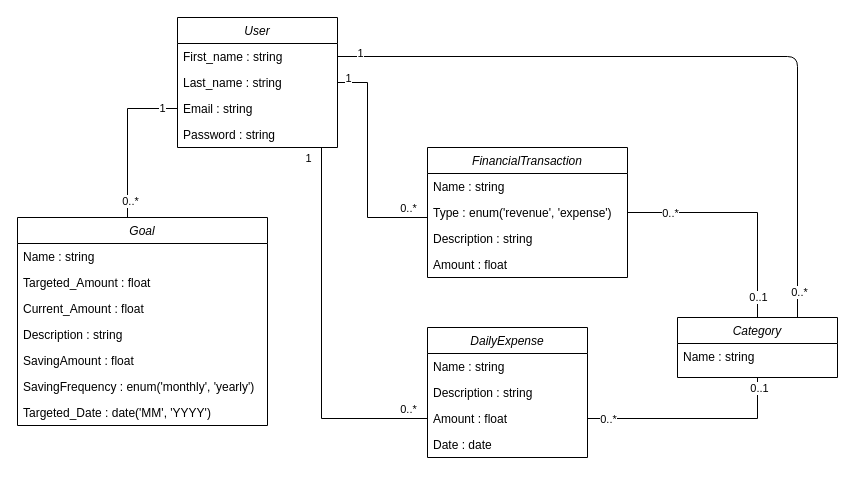
Before: conception/classDiagram.drawio in Ayope/ClearMoney.com, a draw.io diagram. Source tidied: cells renumbered, new cells numbered last; positions are measured from the earlier drawing's top-left corner, leaving out a move shared by most shapes. Both pictures are drawn from the tidied source at 100%, with x=0, y=0 at pixel (17, 17).
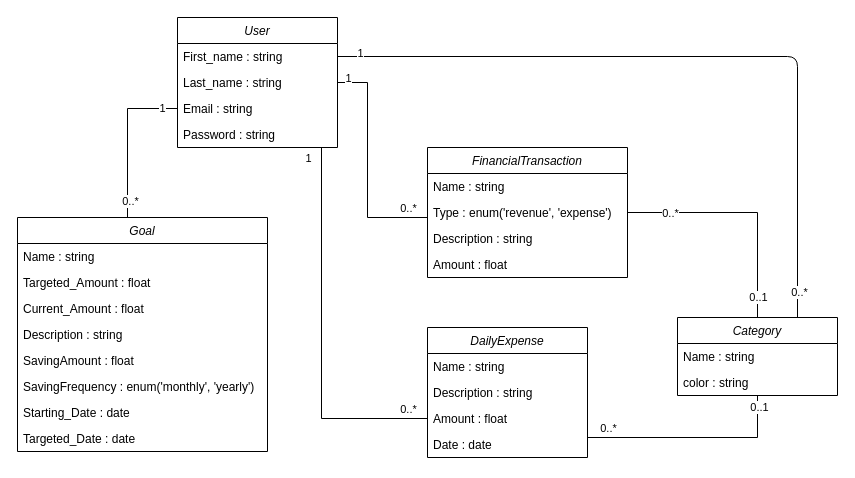
After the change.

The change refers to these unchanged cells:
```xml
<mxCell id="19" value="Date : date" style="text;align=left;verticalAlign=top;spacingLeft=4;spacingRight=4;overflow=hidden;points=[[0,0.5],[1,0.5]];portConstraint=eastwest;" parent="15" vertex="1">
  <mxGeometry y="104" width="160" height="26" as="geometry" />
</mxCell>
```

The edit, as a diff of the source:
```diff
@@
     <mxCell id="23" value="Category" style="swimlane;fontStyle=2;align=center;verticalAlign=top;horizontal=1;startSize=26;rounded=0;shadow=0;strokeWidth=1;" parent="1" vertex="1">
-      <mxGeometry x="660" y="300" width="160" height="60" as="geometry" />
+      <mxGeometry x="660" y="300" width="160" height="78" as="geometry" />
     </mxCell>
@@
+    <mxCell id="45" value="color : string" style="text;align=left;verticalAlign=top;spacingLeft=4;spacingRight=4;overflow=hidden;" parent="23" vertex="1">
+      <mxGeometry y="52" width="160" height="26" as="geometry" />
+    </mxCell>
@@
     <mxCell id="31" value="Goal" style="swimlane;fontStyle=2;align=center;verticalAlign=top;horizontal=1;startSize=26;rounded=0;shadow=0;strokeWidth=1;" parent="1" vertex="1">
-      <mxGeometry y="200" width="250" height="208" as="geometry" />
+      <mxGeometry y="200" width="250" height="234" as="geometry" />
     </mxCell>
@@
+    <mxCell id="46" value="Starting_Date : date" style="text;align=left;verticalAlign=top;spacingLeft=4;spacingRight=4;overflow=hidden;rounded=0;shadow=0;html=0;" parent="31" vertex="1">
+      <mxGeometry y="182" width="250" height="26" as="geometry" />
+    </mxCell>
-    <mxCell id="38" value="Targeted_Date : date('MM', 'YYYY')" style="text;align=left;verticalAlign=top;spacingLeft=4;spacingRight=4;overflow=hidden;rounded=0;shadow=0;html=0;" parent="31" vertex="1">
-      <mxGeometry y="182" width="250" height="26" as="geometry" />
+    <mxCell id="38" value="Targeted_Date : date" style="text;align=left;verticalAlign=top;spacingLeft=4;spacingRight=4;overflow=hidden;rounded=0;shadow=0;html=0;" parent="31" vertex="1">
+      <mxGeometry y="208" width="250" height="26" as="geometry" />
     </mxCell>
@@
-    <mxCell id="42" style="edgeStyle=orthogonalEdgeStyle;rounded=0;jettySize=auto;html=1;exitX=0.5;exitY=1;exitDx=0;exitDy=0;endArrow=none;endFill=0;entryX=1;entryY=0.5;entryDx=0;entryDy=0;" parent="1" edge="1" source="23">
+    <mxCell id="42" style="edgeStyle=orthogonalEdgeStyle;rounded=0;jettySize=auto;html=1;exitX=0.5;exitY=1;exitDx=0;exitDy=0;endArrow=none;endFill=0;" parent="1" edge="1" source="23" target="19">
       <mxGeometry relative="1" as="geometry">
-        <mxPoint x="570" y="401" as="targetPoint" />
         <Array as="points">
-          <mxPoint x="740" y="401" />
+          <mxPoint x="740" y="420" />
         </Array>
       </mxGeometry>
     </mxCell>
@@
     <mxCell id="44" value="0..*" style="edgeLabel;html=1;align=center;verticalAlign=middle;" parent="42" vertex="1">
       <mxGeometry x="0.64" relative="1" as="geometry">
-        <mxPoint x="-18" as="offset" />
+        <mxPoint x="-18" y="-10" as="offset" />
       </mxGeometry>
     </mxCell>
```
